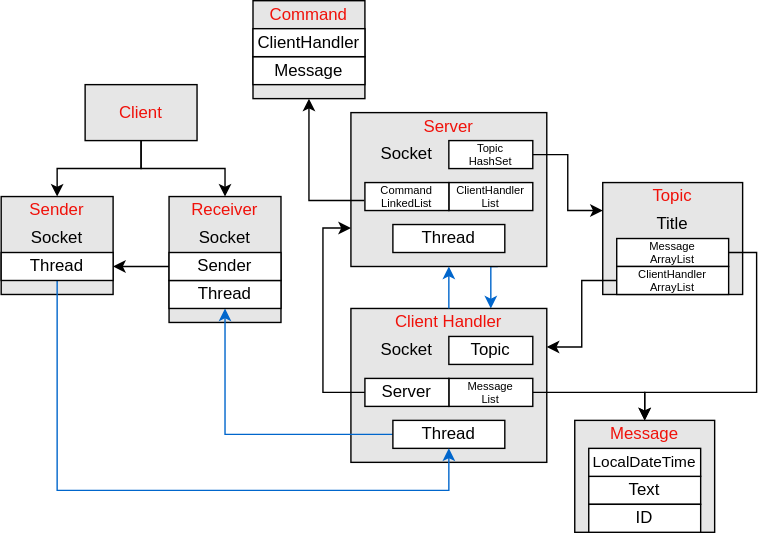
Before: documentazione/classi.svg, a diagram exported from draw.io (mmaurii/LAB_SO_project). Source tidied: cells renumbered, new cells last; positions are measured from the earlier drawing's top-left corner, leaving out a move shared by most shapes.
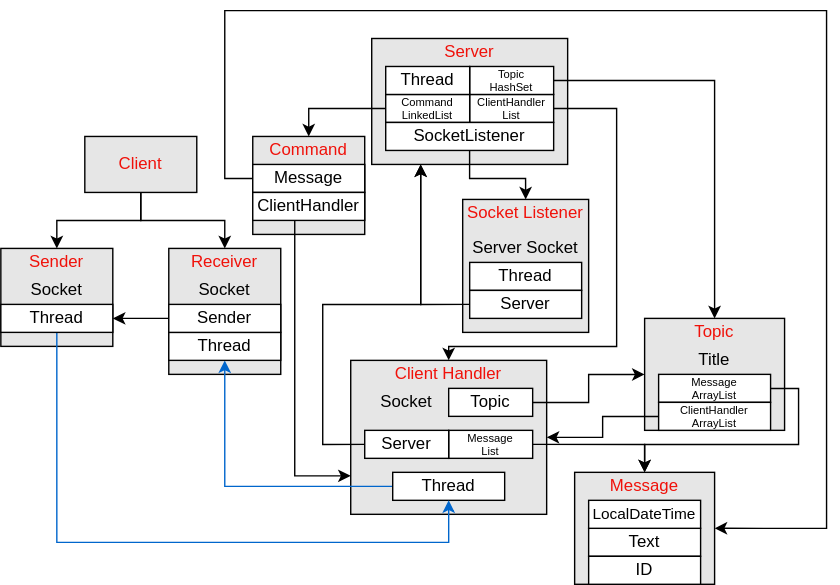
Later version of the same file.

Commit message:
documentazione e modificato mainloop del clienthandler

What changed in the source:
```diff
@@ -2,6 +2,27 @@
   <root>
     <mxCell id="0" />
     <mxCell id="1" parent="0" />
+    <mxCell id="54" style="rounded=0;whiteSpace=wrap;html=1;fillColor=#E6E6E6;" parent="1" vertex="1">
+      <mxGeometry x="265" y="-10" width="140" height="90" as="geometry" />
+    </mxCell>
+    <mxCell id="55" style="group;" parent="1" vertex="1">
+      <mxGeometry x="460" y="190" width="100" height="80" as="geometry" />
+    </mxCell>
+    <mxCell id="47" style="rounded=0;whiteSpace=wrap;html=1;fillColor=#E6E6E6;" parent="55" vertex="1">
+      <mxGeometry width="100" height="80" as="geometry" />
+    </mxCell>
+    <mxCell id="48" value="Title" style="text;html=1;strokeColor=none;fillColor=none;align=center;verticalAlign=middle;whiteSpace=wrap;rounded=0;" parent="55" vertex="1">
+      <mxGeometry x="20" y="20" width="60" height="20" as="geometry" />
+    </mxCell>
+    <mxCell id="49" value="&lt;font color=&quot;#f0110a&quot;&gt;Topic&lt;/font&gt;" style="text;html=1;strokeColor=none;fillColor=none;align=center;verticalAlign=middle;whiteSpace=wrap;rounded=0;" parent="55" vertex="1">
+      <mxGeometry x="20" width="60" height="20" as="geometry" />
+    </mxCell>
+    <mxCell id="50" value="&lt;p style=&quot;line-height: 60%;&quot;&gt;&lt;font style=&quot;font-size: 8px;&quot;&gt;Message&lt;br&gt;ArrayList&lt;/font&gt;&lt;/p&gt;" style="rounded=0;whiteSpace=wrap;html=1;" parent="55" vertex="1">
+      <mxGeometry x="10" y="40" width="80" height="20" as="geometry" />
+    </mxCell>
+    <mxCell id="52" value="&lt;p style=&quot;line-height: 60%;&quot;&gt;&lt;font style=&quot;font-size: 8px;&quot;&gt;ClientHandler&lt;br&gt;ArrayList&lt;/font&gt;&lt;/p&gt;" style="rounded=0;whiteSpace=wrap;html=1;" parent="55" vertex="1">
+      <mxGeometry x="10" y="60" width="80" height="20" as="geometry" />
+    </mxCell>
     <mxCell id="2" style="rounded=0;whiteSpace=wrap;html=1;fillColor=#E6E6E6;" parent="1" vertex="1">
       <mxGeometry x="120" y="140" width="80" height="90" as="geometry" />
     </mxCell>
@@ -15,38 +36,8 @@
       <mxGeometry x="60" y="60" width="80" height="40" as="geometry" />
     </mxCell>
     <mxCell id="6" style="group;fillColor=#E6E6E6;" parent="1" vertex="1">
-      <mxGeometry x="180" width="80" height="60" as="geometry" />
+      <mxGeometry x="180" y="60" width="80" height="60" as="geometry" />
     </mxCell>
-    <mxCell id="7" style="edgeStyle=orthogonalEdgeStyle;rounded=0;jettySize=auto;html=1;exitX=0.75;exitY=1;exitDx=0;exitDy=0;entryX=0.75;entryY=0;entryDx=0;entryDy=0;strokeColor=#0066CC;" parent="1" edge="1" source="8" target="23">
-      <mxGeometry relative="1" as="geometry" />
-    </mxCell>
-    <mxCell id="8" style="rounded=0;whiteSpace=wrap;html=1;fillColor=#E6E6E6;" parent="1" vertex="1">
-      <mxGeometry x="250" y="80" width="140" height="110" as="geometry" />
-    </mxCell>
-    <mxCell id="9" value="Thread" style="rounded=0;whiteSpace=wrap;html=1;" parent="1" vertex="1">
-      <mxGeometry x="280" y="160" width="80" height="20" as="geometry" />
-    </mxCell>
-    <mxCell id="10" value="&lt;p style=&quot;line-height: 60%;&quot;&gt;&lt;font style=&quot;font-size: 8px;&quot;&gt;ClientHandler&lt;br&gt;List&lt;/font&gt;&lt;/p&gt;" style="rounded=0;whiteSpace=wrap;html=1;" parent="1" vertex="1">
-      <mxGeometry x="320" y="130" width="60" height="20" as="geometry" />
-    </mxCell>
-    <mxCell id="11" style="edgeStyle=orthogonalEdgeStyle;rounded=0;jettySize=auto;html=1;entryX=0;entryY=0.25;entryDx=0;entryDy=0;" parent="1" edge="1" source="12" target="47">
-      <mxGeometry relative="1" as="geometry" />
-    </mxCell>
-    <mxCell id="12" value="&lt;p style=&quot;line-height: 60%;&quot;&gt;&lt;span style=&quot;font-size: 8px;&quot;&gt;Topic&lt;br&gt;HashSet&lt;/span&gt;&lt;/p&gt;" style="rounded=0;whiteSpace=wrap;html=1;" parent="1" vertex="1">
-      <mxGeometry x="320" y="100" width="60" height="20" as="geometry" />
-    </mxCell>
-    <mxCell id="13" style="edgeStyle=orthogonalEdgeStyle;rounded=0;jettySize=auto;html=1;entryX=0.5;entryY=1;entryDx=0;entryDy=0;exitX=-0.007;exitY=0.64;exitDx=0;exitDy=0;exitPerimeter=0;" parent="1" edge="1" source="14" target="38">
-      <mxGeometry relative="1" as="geometry" />
-    </mxCell>
-    <mxCell id="14" value="&lt;p style=&quot;line-height: 60%;&quot;&gt;&lt;span style=&quot;font-size: 8px;&quot;&gt;Command&lt;br&gt;LinkedList&lt;/span&gt;&lt;/p&gt;" style="rounded=0;whiteSpace=wrap;html=1;" parent="1" vertex="1">
-      <mxGeometry x="260" y="130" width="60" height="20" as="geometry" />
-    </mxCell>
-    <mxCell id="15" value="&lt;font color=&quot;#f0110a&quot;&gt;Server&lt;/font&gt;" style="text;html=1;strokeColor=none;fillColor=none;align=center;verticalAlign=middle;whiteSpace=wrap;rounded=0;" parent="1" vertex="1">
-      <mxGeometry x="290" y="80" width="60" height="20" as="geometry" />
-    </mxCell>
-    <mxCell id="16" value="Socket" style="text;html=1;strokeColor=none;fillColor=none;align=center;verticalAlign=middle;whiteSpace=wrap;rounded=0;" parent="1" vertex="1">
-      <mxGeometry x="260" y="100" width="60" height="20" as="geometry" />
-    </mxCell>
     <mxCell id="17" style="rounded=0;whiteSpace=wrap;html=1;fillColor=#E6E6E6;" parent="1" vertex="1">
       <mxGeometry x="250" y="220" width="140" height="110" as="geometry" />
     </mxCell>
@@ -62,23 +53,24 @@
     <mxCell id="21" value="&lt;p style=&quot;line-height: 60%;&quot;&gt;&lt;font style=&quot;font-size: 8px;&quot;&gt;Message&lt;br&gt;List&lt;/font&gt;&lt;/p&gt;" style="rounded=0;whiteSpace=wrap;html=1;" parent="1" vertex="1">
       <mxGeometry x="320" y="270" width="60" height="20" as="geometry" />
     </mxCell>
-    <mxCell id="22" style="edgeStyle=orthogonalEdgeStyle;rounded=0;jettySize=auto;html=1;entryX=0.5;entryY=1;entryDx=0;entryDy=0;strokeColor=#0066CC;" parent="1" edge="1" source="23" target="8">
-      <mxGeometry relative="1" as="geometry" />
-    </mxCell>
     <mxCell id="23" value="&lt;font color=&quot;#f0110a&quot;&gt;Client Handler&lt;/font&gt;" style="text;html=1;strokeColor=none;fillColor=none;align=center;verticalAlign=middle;whiteSpace=wrap;rounded=0;" parent="1" vertex="1">
       <mxGeometry x="260" y="220" width="120" height="20" as="geometry" />
     </mxCell>
     <mxCell id="24" value="Socket" style="text;html=1;strokeColor=none;fillColor=none;align=center;verticalAlign=middle;whiteSpace=wrap;rounded=0;" parent="1" vertex="1">
       <mxGeometry x="260" y="240" width="60" height="20" as="geometry" />
     </mxCell>
+    <mxCell id="56" style="edgeStyle=orthogonalEdgeStyle;rounded=0;jettySize=auto;html=1;" parent="1" edge="1" source="25" target="47">
+      <mxGeometry relative="1" as="geometry" />
+    </mxCell>
     <mxCell id="25" value="Topic" style="rounded=0;whiteSpace=wrap;html=1;" parent="1" vertex="1">
       <mxGeometry x="320" y="240" width="60" height="20" as="geometry" />
     </mxCell>
-    <mxCell id="26" style="edgeStyle=orthogonalEdgeStyle;rounded=0;jettySize=auto;html=1;entryX=0;entryY=0.75;entryDx=0;entryDy=0;exitX=0;exitY=0.5;exitDx=0;exitDy=0;" parent="1" edge="1" source="27" target="8">
+    <mxCell id="26" style="edgeStyle=orthogonalEdgeStyle;rounded=0;jettySize=auto;html=1;entryX=0.25;entryY=1;entryDx=0;entryDy=0;exitX=0;exitY=0.5;exitDx=0;exitDy=0;" parent="1" edge="1" source="27" target="54">
       <mxGeometry relative="1" as="geometry">
         <Array as="points">
           <mxPoint x="230" y="280" />
-          <mxPoint x="230" y="163" />
+          <mxPoint x="230" y="180" />
+          <mxPoint x="300" y="180" />
         </Array>
       </mxGeometry>
     </mxCell>
@@ -121,16 +113,33 @@
       <mxGeometry y="180" width="80" height="20" as="geometry" />
     </mxCell>
     <mxCell id="38" style="rounded=0;whiteSpace=wrap;html=1;fillColor=#E6E6E6;" parent="1" vertex="1">
-      <mxGeometry x="180" width="80" height="70" as="geometry" />
+      <mxGeometry x="180" y="60" width="80" height="70" as="geometry" />
     </mxCell>
     <mxCell id="39" value="&lt;font color=&quot;#f0110a&quot;&gt;Command&lt;/font&gt;" style="text;html=1;strokeColor=none;fillColor=none;align=center;verticalAlign=middle;whiteSpace=wrap;rounded=0;" parent="1" vertex="1">
-      <mxGeometry x="190" width="60" height="20" as="geometry" />
+      <mxGeometry x="190" y="60" width="60" height="20" as="geometry" />
     </mxCell>
+    <mxCell id="57" style="edgeStyle=orthogonalEdgeStyle;rounded=0;jettySize=auto;html=1;entryX=1;entryY=0.5;entryDx=0;entryDy=0;exitX=0;exitY=0.5;exitDx=0;exitDy=0;" parent="1" edge="1" source="40" target="42">
+      <mxGeometry relative="1" as="geometry">
+        <Array as="points">
+          <mxPoint x="160" y="90" />
+          <mxPoint x="160" y="-30" />
+          <mxPoint x="590" y="-30" />
+          <mxPoint x="590" y="340" />
+        </Array>
+      </mxGeometry>
+    </mxCell>
     <mxCell id="40" value="Message" style="rounded=0;whiteSpace=wrap;html=1;" parent="1" vertex="1">
-      <mxGeometry x="180" y="40" width="80" height="20" as="geometry" />
+      <mxGeometry x="180" y="80" width="80" height="20" as="geometry" />
     </mxCell>
+    <mxCell id="58" style="edgeStyle=orthogonalEdgeStyle;rounded=0;jettySize=auto;html=1;entryX=0;entryY=0.75;entryDx=0;entryDy=0;" parent="1" edge="1" source="41" target="17">
+      <mxGeometry relative="1" as="geometry">
+        <Array as="points">
+          <mxPoint x="210" y="303" />
+        </Array>
+      </mxGeometry>
+    </mxCell>
     <mxCell id="41" value="ClientHandler" style="rounded=0;whiteSpace=wrap;html=1;" parent="1" vertex="1">
-      <mxGeometry x="180" y="20" width="80" height="20" as="geometry" />
+      <mxGeometry x="180" y="100" width="80" height="20" as="geometry" />
     </mxCell>
     <mxCell id="42" style="rounded=0;whiteSpace=wrap;html=1;fillColor=#E6E6E6;" parent="1" vertex="1">
       <mxGeometry x="410" y="300" width="100" height="80" as="geometry" />
@@ -147,29 +156,68 @@
     <mxCell id="46" value="ID" style="rounded=0;whiteSpace=wrap;html=1;" parent="1" vertex="1">
       <mxGeometry x="420" y="360" width="80" height="20" as="geometry" />
     </mxCell>
-    <mxCell id="47" style="rounded=0;whiteSpace=wrap;html=1;fillColor=#E6E6E6;" parent="1" vertex="1">
-      <mxGeometry x="430" y="130" width="100" height="80" as="geometry" />
-    </mxCell>
-    <mxCell id="48" value="Title" style="text;html=1;strokeColor=none;fillColor=none;align=center;verticalAlign=middle;whiteSpace=wrap;rounded=0;" parent="1" vertex="1">
-      <mxGeometry x="450" y="150" width="60" height="20" as="geometry" />
-    </mxCell>
-    <mxCell id="49" value="&lt;font color=&quot;#f0110a&quot;&gt;Topic&lt;/font&gt;" style="text;html=1;strokeColor=none;fillColor=none;align=center;verticalAlign=middle;whiteSpace=wrap;rounded=0;" parent="1" vertex="1">
-      <mxGeometry x="450" y="130" width="60" height="20" as="geometry" />
-    </mxCell>
-    <mxCell id="50" value="&lt;p style=&quot;line-height: 60%;&quot;&gt;&lt;font style=&quot;font-size: 8px;&quot;&gt;Message&lt;br&gt;ArrayList&lt;/font&gt;&lt;/p&gt;" style="rounded=0;whiteSpace=wrap;html=1;" parent="1" vertex="1">
-      <mxGeometry x="440" y="170" width="80" height="20" as="geometry" />
-    </mxCell>
-    <mxCell id="51" style="edgeStyle=orthogonalEdgeStyle;rounded=0;jettySize=auto;html=1;entryX=1;entryY=0.25;entryDx=0;entryDy=0;" parent="1" edge="1" source="52" target="17">
+    <mxCell id="51" style="edgeStyle=orthogonalEdgeStyle;rounded=0;jettySize=auto;html=1;entryX=1;entryY=0.5;entryDx=0;entryDy=0;" parent="1" edge="1" source="52" target="17">
       <mxGeometry relative="1" as="geometry" />
     </mxCell>
-    <mxCell id="52" value="&lt;p style=&quot;line-height: 60%;&quot;&gt;&lt;font style=&quot;font-size: 8px;&quot;&gt;ClientHandler&lt;br&gt;ArrayList&lt;/font&gt;&lt;/p&gt;" style="rounded=0;whiteSpace=wrap;html=1;" parent="1" vertex="1">
-      <mxGeometry x="440" y="190" width="80" height="20" as="geometry" />
-    </mxCell>
+    <mxCell id="59" style="rounded=0;whiteSpace=wrap;html=1;fillColor=#E6E6E6;" parent="1" vertex="1">
+      <mxGeometry x="330" y="105" width="90" height="95" as="geometry" />
+    </mxCell>
+    <mxCell id="60" value="Thread" style="rounded=0;whiteSpace=wrap;html=1;" parent="1" vertex="1">
+      <mxGeometry x="335" y="150" width="80" height="20" as="geometry" />
+    </mxCell>
+    <mxCell id="61" value="Server Socket" style="text;html=1;strokeColor=none;fillColor=none;align=center;verticalAlign=middle;whiteSpace=wrap;rounded=0;" parent="1" vertex="1">
+      <mxGeometry x="330" y="130" width="90" height="20" as="geometry" />
+    </mxCell>
+    <mxCell id="62" value="&lt;font color=&quot;#f0110a&quot;&gt;Socket Listener&lt;/font&gt;" style="text;html=1;strokeColor=none;fillColor=none;align=center;verticalAlign=middle;whiteSpace=wrap;rounded=0;" parent="1" vertex="1">
+      <mxGeometry x="330" y="105" width="90" height="20" as="geometry" />
+    </mxCell>
+    <mxCell id="63" style="edgeStyle=orthogonalEdgeStyle;rounded=0;jettySize=auto;html=1;entryX=0.25;entryY=1;entryDx=0;entryDy=0;exitX=0;exitY=0.5;exitDx=0;exitDy=0;" parent="1" edge="1" source="64" target="54">
+      <mxGeometry relative="1" as="geometry" />
+    </mxCell>
+    <mxCell id="64" value="Server" style="rounded=0;whiteSpace=wrap;html=1;" parent="1" vertex="1">
+      <mxGeometry x="335" y="170" width="80" height="20" as="geometry" />
+    </mxCell>
+    <mxCell id="65" style="edgeStyle=orthogonalEdgeStyle;rounded=0;jettySize=auto;html=1;exitX=1;exitY=0.5;exitDx=0;exitDy=0;" parent="1" edge="1" source="12" target="49">
+      <mxGeometry relative="1" as="geometry" />
+    </mxCell>
+    <mxCell id="66" style="edgeStyle=orthogonalEdgeStyle;rounded=0;jettySize=auto;html=1;exitX=0;exitY=0.5;exitDx=0;exitDy=0;entryX=0.5;entryY=0;entryDx=0;entryDy=0;" parent="1" edge="1" source="14" target="39">
+      <mxGeometry relative="1" as="geometry" />
+    </mxCell>
+    <mxCell id="67" style="edgeStyle=orthogonalEdgeStyle;rounded=0;jettySize=auto;html=1;" parent="1" edge="1" source="10" target="23">
+      <mxGeometry relative="1" as="geometry">
+        <Array as="points">
+          <mxPoint x="440" y="40" />
+          <mxPoint x="440" y="210" />
+          <mxPoint x="320" y="210" />
+        </Array>
+      </mxGeometry>
+    </mxCell>
+    <mxCell id="10" value="&lt;p style=&quot;line-height: 60%;&quot;&gt;&lt;font style=&quot;font-size: 8px;&quot;&gt;ClientHandler&lt;br&gt;List&lt;/font&gt;&lt;/p&gt;" style="rounded=0;whiteSpace=wrap;html=1;" parent="1" vertex="1">
+      <mxGeometry x="335" y="30" width="60" height="20" as="geometry" />
+    </mxCell>
+    <mxCell id="12" value="&lt;p style=&quot;line-height: 60%;&quot;&gt;&lt;span style=&quot;font-size: 8px;&quot;&gt;Topic&lt;br&gt;HashSet&lt;/span&gt;&lt;/p&gt;" style="rounded=0;whiteSpace=wrap;html=1;" parent="1" vertex="1">
+      <mxGeometry x="335" y="10" width="60" height="20" as="geometry" />
+    </mxCell>
+    <mxCell id="14" value="&lt;p style=&quot;line-height: 60%;&quot;&gt;&lt;span style=&quot;font-size: 8px;&quot;&gt;Command&lt;br&gt;LinkedList&lt;/span&gt;&lt;/p&gt;" style="rounded=0;whiteSpace=wrap;html=1;" parent="1" vertex="1">
+      <mxGeometry x="275" y="30" width="60" height="20" as="geometry" />
+    </mxCell>
+    <mxCell id="15" value="&lt;font color=&quot;#f0110a&quot;&gt;Server&lt;/font&gt;" style="text;html=1;strokeColor=none;fillColor=none;align=center;verticalAlign=middle;whiteSpace=wrap;rounded=0;" parent="1" vertex="1">
+      <mxGeometry x="305" y="-10" width="60" height="20" as="geometry" />
+    </mxCell>
+    <mxCell id="68" value="Thread" style="rounded=0;whiteSpace=wrap;html=1;" parent="1" vertex="1">
+      <mxGeometry x="275" y="10" width="60" height="20" as="geometry" />
+    </mxCell>
+    <mxCell id="69" style="edgeStyle=orthogonalEdgeStyle;rounded=0;jettySize=auto;html=1;entryX=0.5;entryY=0;entryDx=0;entryDy=0;" parent="1" edge="1" source="70" target="62">
+      <mxGeometry relative="1" as="geometry" />
+    </mxCell>
+    <mxCell id="70" value="SocketListener" style="rounded=0;whiteSpace=wrap;html=1;" parent="1" vertex="1">
+      <mxGeometry x="275" y="50" width="120" height="20" as="geometry" />
+    </mxCell>
-    <mxCell id="53" style="edgeStyle=orthogonalEdgeStyle;rounded=0;jettySize=auto;html=1;entryX=0.5;entryY=0;entryDx=0;entryDy=0;exitX=1;exitY=0.5;exitDx=0;exitDy=0;" parent="1" edge="1" source="50" target="43">
+    <mxCell id="53" style="edgeStyle=orthogonalEdgeStyle;rounded=0;jettySize=auto;html=1;entryX=0.5;entryY=0;entryDx=0;entryDy=0;" parent="1" edge="1" source="50" target="43">
       <mxGeometry relative="1" as="geometry">
         <Array as="points">
-          <mxPoint x="540" y="180" />
-          <mxPoint x="540" y="280" />
+          <mxPoint x="570" y="240" />
+          <mxPoint x="570" y="280" />
           <mxPoint x="460" y="280" />
         </Array>
       </mxGeometry>
```
